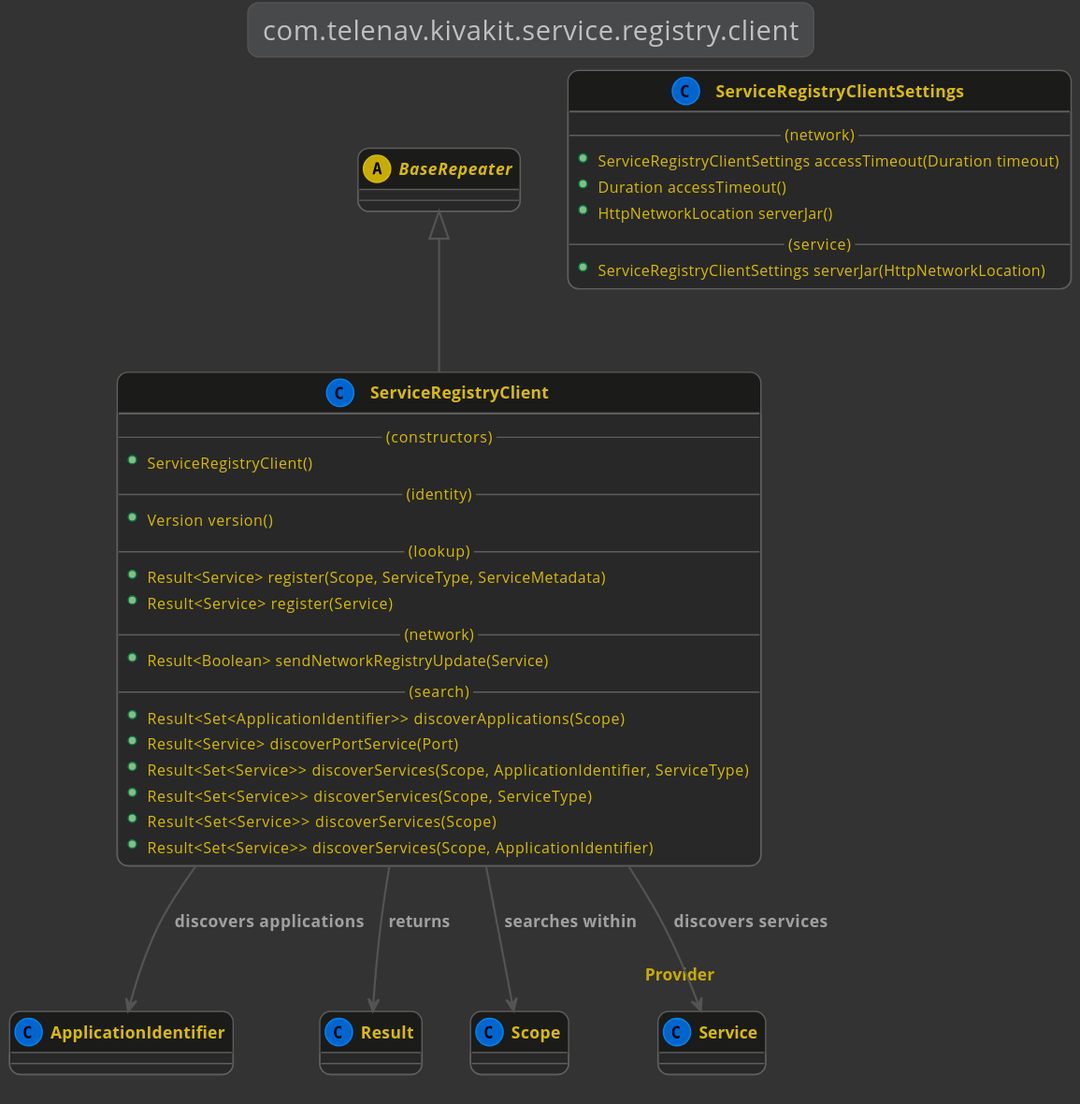
Above: kivakit-service/client/documentation/diagrams/com.telenav.kivakit.service.registry.client.svg in Telenav/kivakit (PlantUML), before the change.
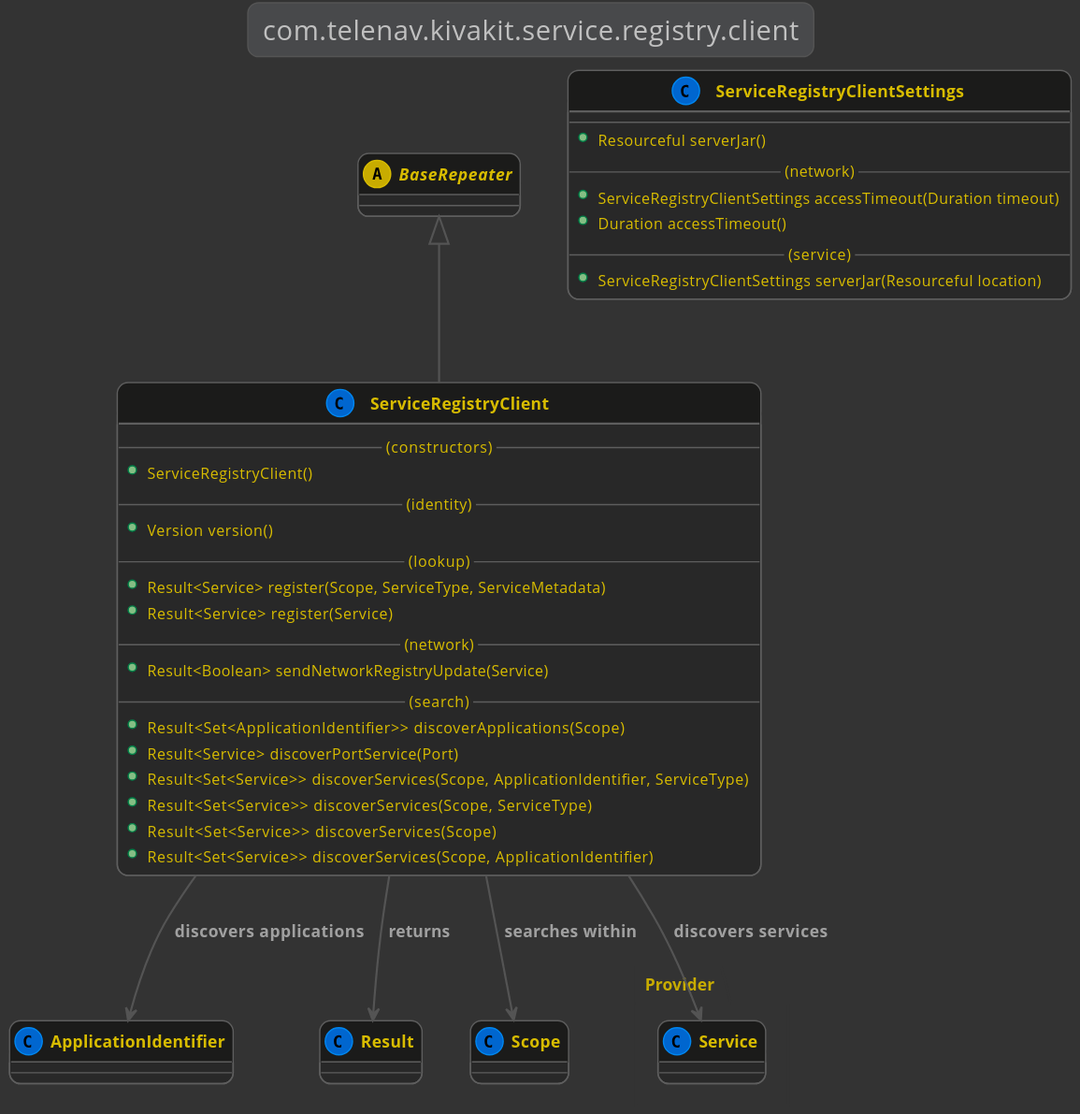
After the commit.

The edit, as a diff of the source:
```diff
@@ -33,12 +33,13 @@
 
     class ServiceRegistryClientSettings
     {
+        --
+        +Resourceful serverJar()
         --(network)--
         +ServiceRegistryClientSettings accessTimeout(Duration timeout)
         +Duration accessTimeout()
-        +HttpNetworkLocation serverJar()
         --(service)--
-        +ServiceRegistryClientSettings serverJar(HttpNetworkLocation)
+        +ServiceRegistryClientSettings serverJar(Resourceful location)
     }
 
 @enduml
```
